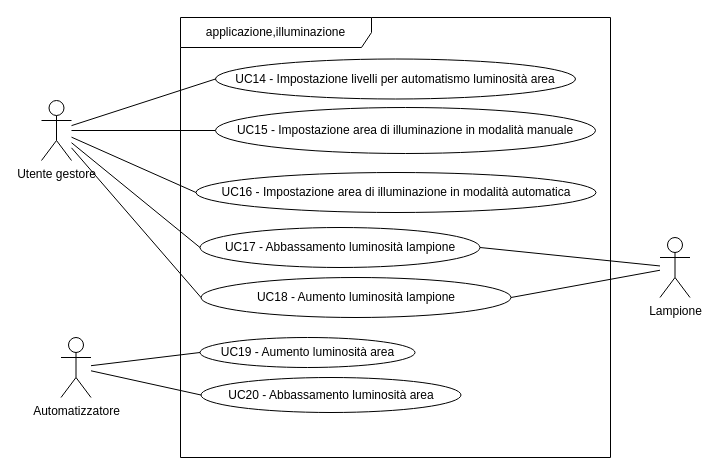
The draw.io diagram page "applicazione,illuminazione" (6 of 8) of casi_uso_grafici.drawio in SWEasabi/analisi-dei-requisiti, before the edit. Source tidied: cells renumbered, new cells numbered last; positions are measured from the earlier drawing's top-left corner, leaving out a move shared by most shapes. Both pictures are drawn from the tidied source at 100%, with x=0, y=0 at pixel (41, 17).
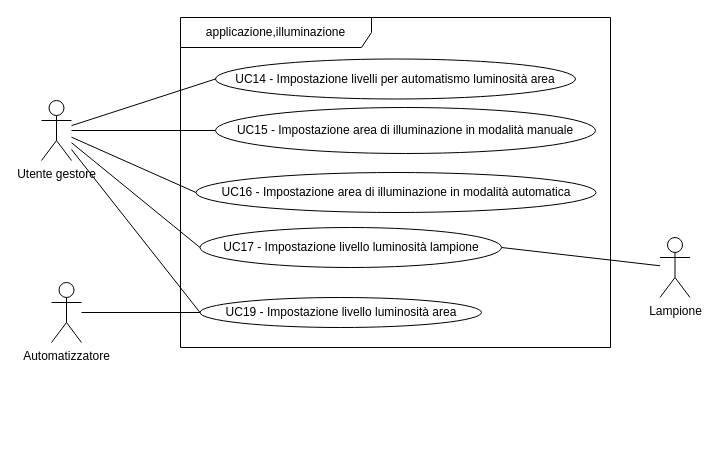
After the change.

Commit message:
Piccola modifica nel .drawio

The change refers to these unchanged cells:
```xml
<mxCell id="9" value="Lampione" style="shape=umlActor;verticalLabelPosition=bottom;verticalAlign=top;html=1;outlineConnect=0;" parent="1" vertex="1">
  <mxGeometry x="618.5" y="220" width="30" height="60" as="geometry" />
</mxCell>
<mxCell id="17" value="Utente gestore" style="shape=umlActor;verticalLabelPosition=bottom;verticalAlign=top;html=1;outlineConnect=0;gradientColor=none;" parent="1" vertex="1">
  <mxGeometry y="83" width="30" height="60" as="geometry" />
</mxCell>
```

The edit, as a diff of the source:
```diff
@@
     <mxCell id="2" value="applicazione,illuminazione" style="shape=umlFrame;whiteSpace=wrap;html=1;width=191;height=30;" parent="1" vertex="1">
-      <mxGeometry x="139" width="430" height="440" as="geometry" />
+      <mxGeometry x="139" width="430" height="330" as="geometry" />
     </mxCell>
-    <mxCell id="3" style="edgeStyle=none;html=1;endArrow=none;endFill=0;exitX=1;exitY=0.5;exitDx=0;exitDy=0;" parent="1" edge="1" source="4" target="9">
-      <mxGeometry relative="1" as="geometry" />
-    </mxCell>
-    <mxCell id="4" value="UC18 - Aumento luminosità lampione" style="ellipse;whiteSpace=wrap;html=1;" parent="1" vertex="1">
-      <mxGeometry x="159.5" y="260" width="310" height="40" as="geometry" />
-    </mxCell>
-    <mxCell id="5" value="UC19 - Aumento luminosità area" style="ellipse;whiteSpace=wrap;html=1;gradientColor=none;" parent="1" vertex="1">
-      <mxGeometry x="158.5" y="320" width="215" height="30" as="geometry" />
-    </mxCell>
-    <mxCell id="6" style="edgeStyle=none;html=1;endArrow=none;endFill=0;exitX=1;exitY=0.5;exitDx=0;exitDy=0;" parent="1" edge="1" source="7" target="9">
-      <mxGeometry relative="1" as="geometry" />
-    </mxCell>
-    <mxCell id="7" value="UC17 - Abbassamento luminosità lampione" style="ellipse;whiteSpace=wrap;html=1;" parent="1" vertex="1">
-      <mxGeometry x="158.5" y="210" width="280" height="40" as="geometry" />
-    </mxCell>
-    <mxCell id="8" value="UC20 - Abbassamento luminosità area" style="ellipse;whiteSpace=wrap;html=1;" parent="1" vertex="1">
-      <mxGeometry x="159.5" y="360" width="260" height="35" as="geometry" />
-    </mxCell>
+    <mxCell id="22" value="UC19 - Impostazione livello luminosità area" style="ellipse;whiteSpace=wrap;html=1;gradientColor=none;" parent="1" vertex="1">
+      <mxGeometry x="158.5" y="280" width="281.5" height="30" as="geometry" />
+    </mxCell>
+    <mxCell id="23" style="edgeStyle=none;html=1;endArrow=none;endFill=0;exitX=1;exitY=0.5;exitDx=0;exitDy=0;" parent="1" edge="1" source="24" target="9">
+      <mxGeometry relative="1" as="geometry" />
+    </mxCell>
+    <mxCell id="24" value="UC17 - Impostazione livello luminosità lampione" style="ellipse;whiteSpace=wrap;html=1;" parent="1" vertex="1">
+      <mxGeometry x="158.5" y="210" width="301.5" height="40" as="geometry" />
+    </mxCell>
@@
-    <mxCell id="10" style="edgeStyle=none;html=1;endArrow=none;endFill=0;entryX=0;entryY=0.5;entryDx=0;entryDy=0;" parent="1" edge="1" source="17" target="7">
-      <mxGeometry relative="1" as="geometry" />
-    </mxCell>
-    <mxCell id="11" style="edgeStyle=none;html=1;endArrow=none;endFill=0;entryX=0;entryY=0.5;entryDx=0;entryDy=0;" parent="1" edge="1" source="17" target="4">
-      <mxGeometry relative="1" as="geometry" />
-    </mxCell>
-    <mxCell id="12" style="edgeStyle=none;html=1;endArrow=none;endFill=0;entryX=0;entryY=0.5;entryDx=0;entryDy=0;" parent="1" edge="1" source="14" target="5">
-      <mxGeometry relative="1" as="geometry" />
-    </mxCell>
-    <mxCell id="13" style="edgeStyle=none;html=1;endArrow=none;endFill=0;entryX=0;entryY=0.5;entryDx=0;entryDy=0;" parent="1" edge="1" source="14" target="8">
-      <mxGeometry relative="1" as="geometry" />
-    </mxCell>
+    <mxCell id="25" style="edgeStyle=none;html=1;endArrow=none;endFill=0;entryX=0;entryY=0.5;entryDx=0;entryDy=0;" parent="1" edge="1" source="17" target="24">
+      <mxGeometry relative="1" as="geometry" />
+    </mxCell>
+    <mxCell id="26" style="edgeStyle=none;html=1;endArrow=none;endFill=0;entryX=0;entryY=0.5;entryDx=0;entryDy=0;" parent="1" edge="1" source="17" target="22">
+      <mxGeometry relative="1" as="geometry" />
+    </mxCell>
+    <mxCell id="27" style="edgeStyle=none;html=1;endArrow=none;endFill=0;entryX=0;entryY=0.5;entryDx=0;entryDy=0;" parent="1" edge="1" source="14" target="22">
+      <mxGeometry relative="1" as="geometry" />
+    </mxCell>
     <mxCell id="14" value="Automatizzatore" style="shape=umlActor;verticalLabelPosition=bottom;verticalAlign=top;html=1;outlineConnect=0;" parent="1" vertex="1">
-      <mxGeometry x="19.5" y="320" width="30" height="60" as="geometry" />
+      <mxGeometry x="10" y="265" width="30" height="60" as="geometry" />
     </mxCell>
```
